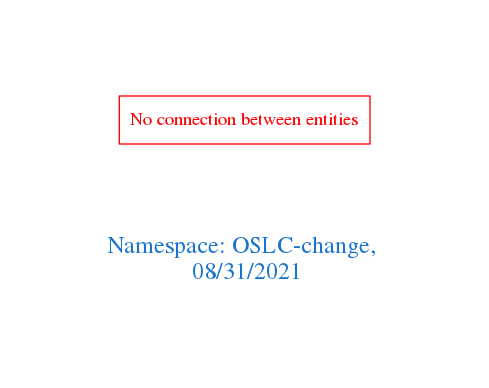
Earlier version of the Graphviz export downloads/OSLC-change.png (arago/OGIT). Its source is kept beside it as downloads/OSLC-change.dot.
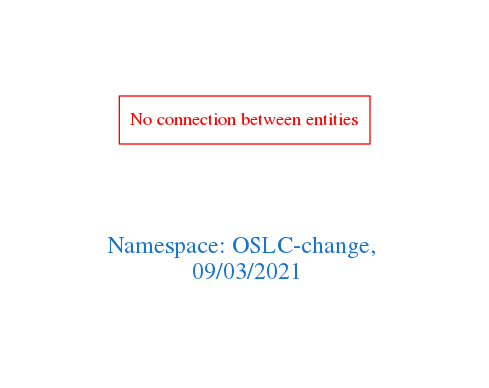
After the change.

Change to the diagram source:
```diff
@@ -1,7 +1,7 @@
 digraph OGIT_ontology {
  graph [ rankdir= LR,pad=1
 fontsize = 18,
-fontcolor= dodgerblue3,label = "\n\n\nNamespace: OSLC-change, \n 08/31/2021"];
+fontcolor= dodgerblue3,label = "\n\n\nNamespace: OSLC-change, \n 09/03/2021"];
 node[shape=polygon];
 edge [  color="gray81"];
 
```
